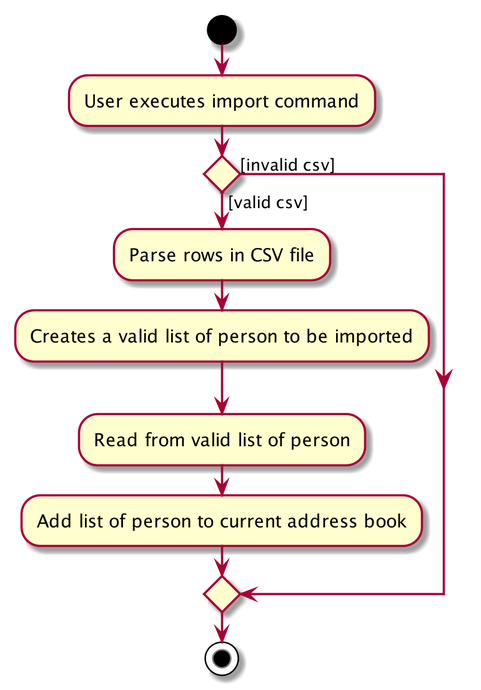
Above: docs/images/ImportFileActivityDiagram.png in terencemah/main (PlantUML), before the change.
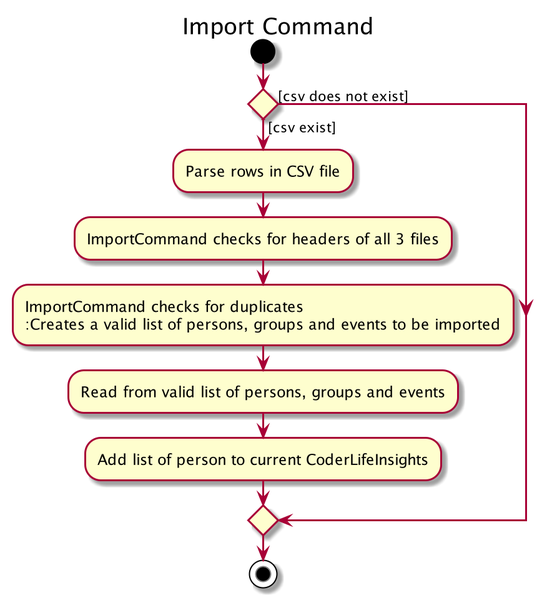
After the change.

Change to the diagram source:
```diff
@@ -1,13 +1,15 @@
 @startuml
+title Import Command
 start
-:User executes import command;
 
-if () then ([valid csv])
+if () then ([csv exist])
     :Parse rows in CSV file;
-    :Creates a valid list of person to be imported;
-    :Read from valid list of person;
-    :Add list of person to current address book;
-else ([invalid csv])
+    :ImportCommand checks for headers of all 3 files;
+    :ImportCommand checks for duplicates
+    :Creates a valid list of persons, groups and events to be imported;
+    :Read from valid list of persons, groups and events;
+    :Add list of person to current CoderLifeInsights;
+else ([csv does not exist])
 endif
 stop
 @enduml
```
